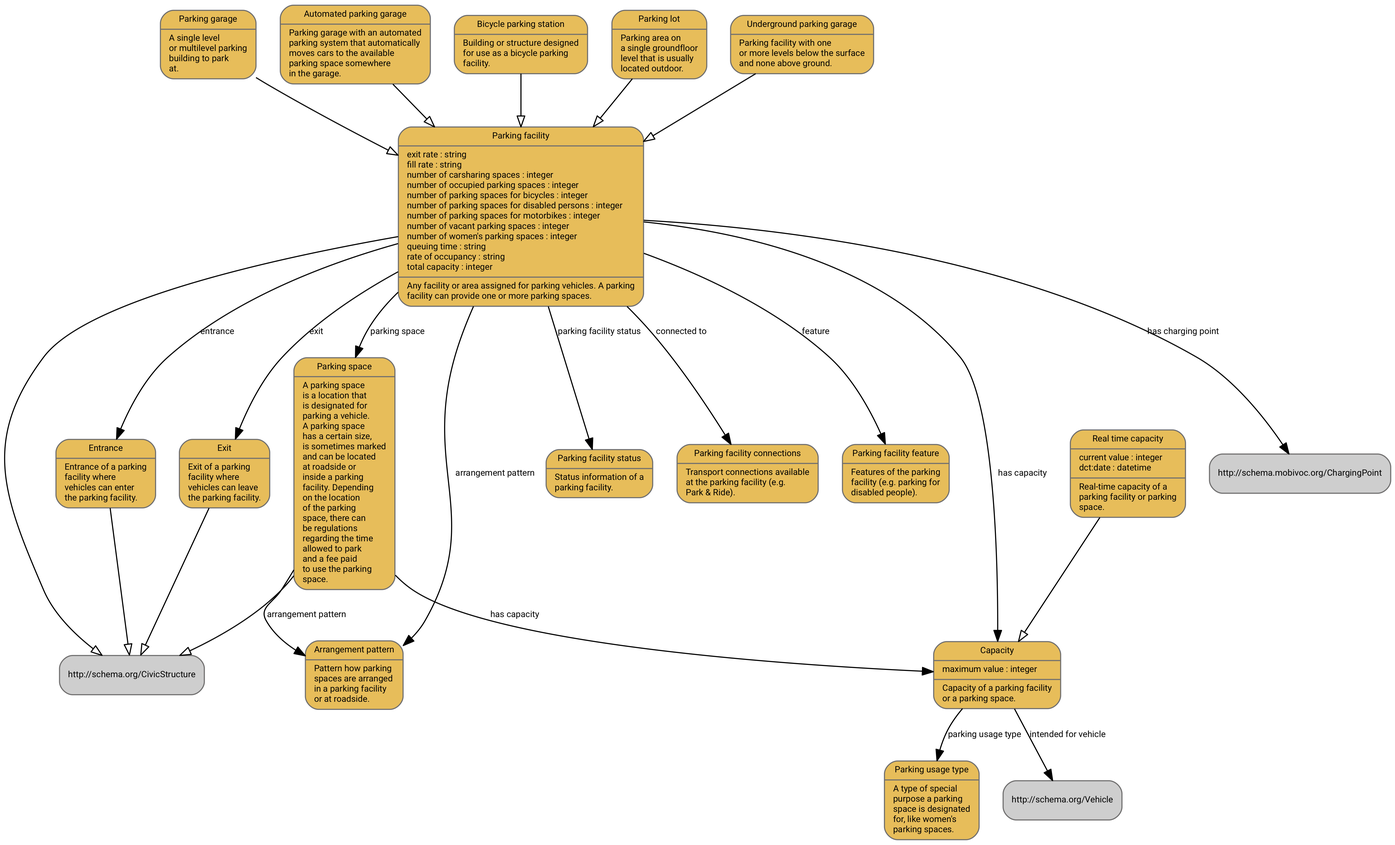
Earlier version of the Graphviz export diagrams/Parking.ttl.dot.png (vocol/mobivoc). Its source is kept beside it as diagrams/Parking.ttl.dot.
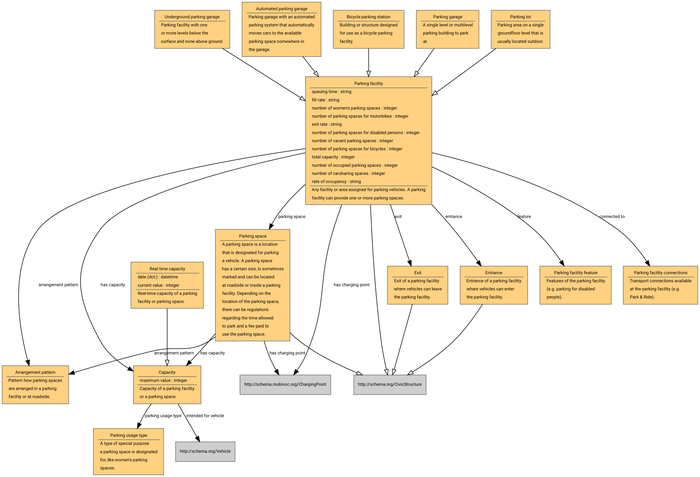
The same diagram one commit later.

The edit, as a diff of the source:
```diff
@@ -1,7 +1,9 @@
 digraph "http://schema.mobivoc.org/" {
+rankdir=TB
+
         fontname = "Roboto"
         fontsize = 8
-        dpi = 300
+        dpi = 150
         overlap=false
         forcelabels=true
         nodesep=0.3
@@ -11,7 +13,7 @@
         node [
                 fontname = "Roboto"
                 fontsize = 8
-                shape = "Mrecord"
+                shape = "rect"
                 style=filled
                 fontcolor=black
                 fillcolor="#CECECE"
@@ -22,43 +24,42 @@
                 fontname = "Roboto"
                 fontsize = 8
         ]
-"http://schema.mobivoc.org/ParkingFacilityExit" [label ="{Exit|Exit of a parking\lfacility where\lvehicles can leave\lthe parking facility.\l}" fillcolor="#E7BD5A"]
-"http://schema.mobivoc.org/ParkingSpace" [label ="{Parking space|A parking space\lis a location that\lis designated for\lparking a vehicle.\lA parking space\lhas a certain size,\lis sometimes marked\land can be located\lat roadside or\linside a parking\lfacility. Depending\lon the location\lof the parking\lspace, there can\lbe regulations\lregarding the time\lallowed to park\land a fee paid\lto use the parking\lspace.\l}" fillcolor="#E7BD5A"]
-"http://schema.mobivoc.org/ArrangementPattern" [label ="{Arrangement pattern|Pattern how parking\lspaces are arranged\lin a parking facility\lor at roadside.\l}" fillcolor="#E7BD5A"]
-"http://schema.mobivoc.org/ParkingGarage" [label ="{Parking garage|A single level\lor multilevel parking\lbuilding to park\lat.\l}" fillcolor="#E7BD5A"]
-"http://schema.mobivoc.org/AutomatedParkingGarage" [label ="{Automated parking garage|Parking garage with an automated\lparking system that automatically\lmoves cars to the available\lparking space somewhere\lin the garage.\l}" fillcolor="#E7BD5A"]
-"http://schema.mobivoc.org/ParkingFacility" [label ="{Parking facility|exit rate : string\lfill rate : string\lnumber of carsharing spaces : integer\lnumber of occupied parking spaces : integer\lnumber of parking spaces for bicycles : integer\lnumber of parking spaces for disabled persons : integer\lnumber of parking spaces for motorbikes : integer\lnumber of vacant parking spaces : integer\lnumber of women's parking spaces : integer\lqueuing time : string\lrate of occupancy : string\ltotal capacity : integer\l| Any facility or area assigned for parking vehicles. A parking\lfacility can provide one or more parking spaces.\l}" fillcolor="#E7BD5A"]
-"http://schema.mobivoc.org/ParkingFacilityEntrance" [label ="{Entrance|Entrance of a parking\lfacility where\lvehicles can enter\lthe parking facility.\l}" fillcolor="#E7BD5A"]
-"http://schema.mobivoc.org/BicycleParkingStation" [label ="{Bicycle parking station|Building or structure designed\lfor use as a bicycle parking\lfacility.\l}" fillcolor="#E7BD5A"]
-"http://schema.mobivoc.org/ParkingUsageType" [label ="{Parking usage type|A type of special\lpurpose a parking\lspace is designated\lfor, like women's\lparking spaces.\l}" fillcolor="#E7BD5A"]
-"http://schema.mobivoc.org/RealTimeCapacity" [label ="{Real time capacity|current value : integer\ldct:date : datetime\l| Real-time capacity of a\lparking facility or parking\lspace.\l}" fillcolor="#E7BD5A"]
-"http://schema.mobivoc.org/ParkingFacilityStatus" [label ="{Parking facility status|Status information of a\lparking facility.\l}" fillcolor="#E7BD5A"]
-"http://schema.mobivoc.org/ParkingLot" [label ="{Parking lot|Parking area on\la single groundfloor\llevel that is usually\llocated outdoor.\l}" fillcolor="#E7BD5A"]
-"http://schema.mobivoc.org/ParkingFacilityConnection" [label ="{Parking facility connections|Transport connections available\lat the parking facility (e.g.\lPark & Ride).\l}" fillcolor="#E7BD5A"]
-"http://schema.mobivoc.org/ParkingFacilityFeature" [label ="{Parking facility feature|Features of the parking\lfacility (e.g. parking for\ldisabled people).\l}" fillcolor="#E7BD5A"]
-"http://schema.mobivoc.org/UndergroundParkingGarage" [label ="{Underground parking garage|Parking facility with one\lor more levels below the surface\land none above ground.\l}" fillcolor="#E7BD5A"]
-"http://schema.mobivoc.org/Capacity" [label ="{Capacity|maximum value : integer\l| Capacity of a parking facility\lor a parking space.\l}" fillcolor="#E7BD5A"]
-"http://schema.mobivoc.org/Capacity" -> "http://schema.org/Vehicle" [label="intended for vehicle"]
-"http://schema.mobivoc.org/ParkingFacility" -> "http://schema.mobivoc.org/ParkingSpace" [label="parking space"]
-"http://schema.mobivoc.org/ParkingFacility" -> "http://schema.mobivoc.org/ParkingFacilityStatus" [label="parking facility status"]
-"http://schema.mobivoc.org/ParkingFacility" -> "http://schema.mobivoc.org/ArrangementPattern" [label="arrangement pattern"]
-"http://schema.mobivoc.org/ParkingSpace" -> "http://schema.mobivoc.org/ArrangementPattern" [label="arrangement pattern"]
-"http://schema.mobivoc.org/ParkingFacility" -> "http://schema.mobivoc.org/ParkingFacilityConnection" [label="connected to"]
-"http://schema.mobivoc.org/ParkingFacility" -> "http://schema.mobivoc.org/ParkingFacilityEntrance" [label="entrance"]
-"http://schema.mobivoc.org/Capacity" -> "http://schema.mobivoc.org/ParkingUsageType" [label="parking usage type"]
-"http://schema.mobivoc.org/ParkingFacility" -> "http://schema.mobivoc.org/ParkingFacilityExit" [label="exit"]
-"http://schema.mobivoc.org/ParkingFacility" -> "http://schema.mobivoc.org/ChargingPoint" [label="has charging point"]
-"http://schema.mobivoc.org/ParkingSpace" -> "http://schema.mobivoc.org/Capacity" [label="has capacity"]
-"http://schema.mobivoc.org/ParkingFacility" -> "http://schema.mobivoc.org/Capacity" [label="has capacity"]
-"http://schema.mobivoc.org/ParkingFacility" -> "http://schema.mobivoc.org/ParkingFacilityFeature" [label="feature"]
+"http://schema.mobivoc.org/ParkingFacility" [fillcolor="#FFD180" fontcolor= "#000000", label=<<TABLE border="0"><TR><TD ALIGN="CENTER" HREF="http://schema.mobivoc.org/ParkingFacility">Parking facility</TD></TR><HR/><TR><TD ALIGN="LEFT" HREF="http://schema.mobivoc.org/queuingTime">queuing time : string</TD></TR><TR><TD ALIGN="LEFT" HREF="http://schema.mobivoc.org/fillRate">fill rate : string</TD></TR><TR><TD ALIGN="LEFT" HREF="http://schema.mobivoc.org/numberOfWomensParkingSpaces">number of women's parking spaces : integer</TD></TR><TR><TD ALIGN="LEFT" HREF="http://schema.mobivoc.org/numberOfMotorbikeParkingSpaces">number of parking spaces for motorbikes : integer</TD></TR><TR><TD ALIGN="LEFT" HREF="http://schema.mobivoc.org/exitRate">exit rate : string</TD></TR><TR><TD ALIGN="LEFT" HREF="http://schema.mobivoc.org/numberOfParkingSpacesForDisabledPersons">number of parking spaces for disabled persons : integer</TD></TR><TR><TD ALIGN="LEFT" HREF="http://schema.mobivoc.org/numberOfVacantParkingSpaces">number of vacant parking spaces : integer</TD></TR><TR><TD ALIGN="LEFT" HREF="http://schema.mobivoc.org/numberOfBicycleParkingSpaces">number of parking spaces for bicycles : integer</TD></TR><TR><TD ALIGN="LEFT" HREF="http://schema.mobivoc.org/totalCapacity">total capacity : integer</TD></TR><TR><TD ALIGN="LEFT" HREF="http://schema.mobivoc.org/numberOfOccupiedParkingSpaces">number of occupied parking spaces : integer</TD></TR><TR><TD ALIGN="LEFT" HREF="http://schema.mobivoc.org/numberOfCarsharingParkingSpaces">number of carsharing spaces : integer</TD></TR><TR><TD ALIGN="LEFT" HREF="http://schema.mobivoc.org/rateOfOccupancy">rate of occupancy : string</TD></TR><HR/><TR><TD ALIGN="LEFT">Any facility or area assigned for parking vehicles. A parking</TD></TR><TR><TD ALIGN="LEFT">facility can provide one or more parking spaces.</TD></TR></TABLE>>]
+"http://schema.mobivoc.org/ArrangementPattern" [fillcolor="#FFD180" fontcolor= "#000000", label=<<TABLE border="0"><TR><TD ALIGN="CENTER" HREF="http://schema.mobivoc.org/ArrangementPattern">Arrangement pattern</TD></TR><HR/><TR><TD ALIGN="LEFT">Pattern how parking spaces</TD></TR><TR><TD ALIGN="LEFT">are arranged in a parking</TD></TR><TR><TD ALIGN="LEFT">facility or at roadside.</TD></TR></TABLE>>]
+"http://schema.mobivoc.org/UndergroundParkingGarage" [fillcolor="#FFD180" fontcolor= "#000000", label=<<TABLE border="0"><TR><TD ALIGN="CENTER" HREF="http://schema.mobivoc.org/UndergroundParkingGarage">Underground parking garage</TD></TR><HR/><TR><TD ALIGN="LEFT">Parking facility with one</TD></TR><TR><TD ALIGN="LEFT">or more levels below the</TD></TR><TR><TD ALIGN="LEFT">surface and none above ground.</TD></TR></TABLE>>]
+"http://schema.mobivoc.org/ParkingFacilityExit" [fillcolor="#FFD180" fontcolor= "#000000", label=<<TABLE border="0"><TR><TD ALIGN="CENTER" HREF="http://schema.mobivoc.org/ParkingFacilityExit">Exit</TD></TR><HR/><TR><TD ALIGN="LEFT">Exit of a parking facility</TD></TR><TR><TD ALIGN="LEFT">where vehicles can leave</TD></TR><TR><TD ALIGN="LEFT">the parking facility.</TD></TR></TABLE>>]
+"http://schema.mobivoc.org/ParkingSpace" [fillcolor="#FFD180" fontcolor= "#000000", label=<<TABLE border="0"><TR><TD ALIGN="CENTER" HREF="http://schema.mobivoc.org/ParkingSpace">Parking space</TD></TR><HR/><TR><TD ALIGN="LEFT">A parking space is a location</TD></TR><TR><TD ALIGN="LEFT">that is designated for parking</TD></TR><TR><TD ALIGN="LEFT">a vehicle. A parking space</TD></TR><TR><TD ALIGN="LEFT">has a certain size, is sometimes</TD></TR><TR><TD ALIGN="LEFT">marked and can be located</TD></TR><TR><TD ALIGN="LEFT">at roadside or inside a parking</TD></TR><TR><TD ALIGN="LEFT">facility. Depending on the</TD></TR><TR><TD ALIGN="LEFT">location of the parking space,</TD></TR><TR><TD ALIGN="LEFT">there can be regulations</TD></TR><TR><TD ALIGN="LEFT">regarding the time allowed</TD></TR><TR><TD ALIGN="LEFT">to park and a fee paid to</TD></TR><TR><TD ALIGN="LEFT">use the parking space.</TD></TR></TABLE>>]
+"http://schema.mobivoc.org/ParkingFacilityEntrance" [fillcolor="#FFD180" fontcolor= "#000000", label=<<TABLE border="0"><TR><TD ALIGN="CENTER" HREF="http://schema.mobivoc.org/ParkingFacilityEntrance">Entrance</TD></TR><HR/><TR><TD ALIGN="LEFT">Entrance of a parking facility</TD></TR><TR><TD ALIGN="LEFT">where vehicles can enter</TD></TR><TR><TD ALIGN="LEFT">the parking facility.</TD></TR></TABLE>>]
+"http://schema.mobivoc.org/AutomatedParkingGarage" [fillcolor="#FFD180" fontcolor= "#000000", label=<<TABLE border="0"><TR><TD ALIGN="CENTER" HREF="http://schema.mobivoc.org/AutomatedParkingGarage">Automated parking garage</TD></TR><HR/><TR><TD ALIGN="LEFT">Parking garage with an automated</TD></TR><TR><TD ALIGN="LEFT">parking system that automatically</TD></TR><TR><TD ALIGN="LEFT">moves cars to the available</TD></TR><TR><TD ALIGN="LEFT">parking space somewhere in</TD></TR><TR><TD ALIGN="LEFT">the garage.</TD></TR></TABLE>>]
+"http://schema.mobivoc.org/ParkingFacilityFeature" [fillcolor="#FFD180" fontcolor= "#000000", label=<<TABLE border="0"><TR><TD ALIGN="CENTER" HREF="http://schema.mobivoc.org/ParkingFacilityFeature">Parking facility feature</TD></TR><HR/><TR><TD ALIGN="LEFT">Features of the parking facility</TD></TR><TR><TD ALIGN="LEFT">(e.g. parking for disabled</TD></TR><TR><TD ALIGN="LEFT">people).</TD></TR></TABLE>>]
+"http://schema.mobivoc.org/ParkingUsageType" [fillcolor="#FFD180" fontcolor= "#000000", label=<<TABLE border="0"><TR><TD ALIGN="CENTER" HREF="http://schema.mobivoc.org/ParkingUsageType">Parking usage type</TD></TR><HR/><TR><TD ALIGN="LEFT">A type of special purpose</TD></TR><TR><TD ALIGN="LEFT">a parking space is designated</TD></TR><TR><TD ALIGN="LEFT">for, like women&#x27;s parking</TD></TR><TR><TD ALIGN="LEFT">spaces.</TD></TR></TABLE>>]
+"http://schema.mobivoc.org/RealTimeCapacity" [fillcolor="#FFD180" fontcolor= "#000000", label=<<TABLE border="0"><TR><TD ALIGN="CENTER" HREF="http://schema.mobivoc.org/RealTimeCapacity">Real time capacity</TD></TR><HR/><TR><TD ALIGN="LEFT" HREF="http://purl.org/dc/terms/date">date (dct:) : datetime</TD></TR><TR><TD ALIGN="LEFT" HREF="http://schema.mobivoc.org/currentValue">current value : integer</TD></TR><HR/><TR><TD ALIGN="LEFT">Real-time capacity of a parking</TD></TR><TR><TD ALIGN="LEFT">facility or parking space.</TD></TR></TABLE>>]
+"http://schema.mobivoc.org/BicycleParkingStation" [fillcolor="#FFD180" fontcolor= "#000000", label=<<TABLE border="0"><TR><TD ALIGN="CENTER" HREF="http://schema.mobivoc.org/BicycleParkingStation">Bicycle parking station</TD></TR><HR/><TR><TD ALIGN="LEFT">Building or structure designed</TD></TR><TR><TD ALIGN="LEFT">for use as a bicycle parking</TD></TR><TR><TD ALIGN="LEFT">facility.</TD></TR></TABLE>>]
+"http://schema.mobivoc.org/Capacity" [fillcolor="#FFD180" fontcolor= "#000000", label=<<TABLE border="0"><TR><TD ALIGN="CENTER" HREF="http://schema.mobivoc.org/Capacity">Capacity</TD></TR><HR/><TR><TD ALIGN="LEFT" HREF="http://schema.mobivoc.org/maximumValue">maximum value : integer</TD></TR><HR/><TR><TD ALIGN="LEFT">Capacity of a parking facility</TD></TR><TR><TD ALIGN="LEFT">or a parking space.</TD></TR></TABLE>>]
+"http://schema.mobivoc.org/ParkingFacilityConnection" [fillcolor="#FFD180" fontcolor= "#000000", label=<<TABLE border="0"><TR><TD ALIGN="CENTER" HREF="http://schema.mobivoc.org/ParkingFacilityConnection">Parking facility connections</TD></TR><HR/><TR><TD ALIGN="LEFT">Transport connections available</TD></TR><TR><TD ALIGN="LEFT">at the parking facility (e.g.</TD></TR><TR><TD ALIGN="LEFT">Park &amp; Ride).</TD></TR></TABLE>>]
+"http://schema.mobivoc.org/ParkingGarage" [fillcolor="#FFD180" fontcolor= "#000000", label=<<TABLE border="0"><TR><TD ALIGN="CENTER" HREF="http://schema.mobivoc.org/ParkingGarage">Parking garage</TD></TR><HR/><TR><TD ALIGN="LEFT">A single level or multilevel</TD></TR><TR><TD ALIGN="LEFT">parking building to park</TD></TR><TR><TD ALIGN="LEFT">at.</TD></TR></TABLE>>]
+"http://schema.mobivoc.org/ParkingLot" [fillcolor="#FFD180" fontcolor= "#000000", label=<<TABLE border="0"><TR><TD ALIGN="CENTER" HREF="http://schema.mobivoc.org/ParkingLot">Parking lot</TD></TR><HR/><TR><TD ALIGN="LEFT">Parking area on a single</TD></TR><TR><TD ALIGN="LEFT">groundfloor level that is</TD></TR><TR><TD ALIGN="LEFT">usually located outdoor.</TD></TR></TABLE>>]
+"http://schema.mobivoc.org/ParkingFacility" -> "http://schema.mobivoc.org/ParkingFacilityConnection" [href="http://schema.mobivoc.org/connectedTo", label="connected to"]
+"http://schema.mobivoc.org/ParkingSpace" -> "http://schema.mobivoc.org/ChargingPoint" [href="http://schema.mobivoc.org/chargingPoint", label="has charging point"]
+"http://schema.mobivoc.org/ParkingSpace" -> "http://schema.mobivoc.org/ArrangementPattern" [href="http://schema.mobivoc.org/arrangement", label="arrangement pattern"]
+"http://schema.mobivoc.org/ParkingFacility" -> "http://schema.mobivoc.org/ParkingFacilityEntrance" [href="http://schema.mobivoc.org/entrance", label="entrance"]
+"http://schema.mobivoc.org/ParkingFacility" -> "http://schema.mobivoc.org/ParkingFacilityExit" [href="http://schema.mobivoc.org/exit", label="exit"]
+"http://schema.mobivoc.org/Capacity" -> "http://schema.org/Vehicle" [href="http://schema.mobivoc.org/intendedForVehicle", label="intended for vehicle"]
+"http://schema.mobivoc.org/ParkingFacility" -> "http://schema.mobivoc.org/ParkingSpace" [href="http://schema.mobivoc.org/parkingSpace", label="parking space"]
+"http://schema.mobivoc.org/Capacity" -> "http://schema.mobivoc.org/ParkingUsageType" [href="http://schema.mobivoc.org/parkingUsageType", label="parking usage type"]
+"http://schema.mobivoc.org/ParkingFacility" -> "http://schema.mobivoc.org/Capacity" [href="http://schema.mobivoc.org/capacity", label="has capacity"]
+"http://schema.mobivoc.org/ParkingFacility" -> "http://schema.mobivoc.org/ArrangementPattern" [href="http://schema.mobivoc.org/arrangement", label="arrangement pattern"]
+"http://schema.mobivoc.org/ParkingFacility" -> "http://schema.mobivoc.org/ChargingPoint" [href="http://schema.mobivoc.org/chargingPoint", label="has charging point"]
+"http://schema.mobivoc.org/ParkingSpace" -> "http://schema.mobivoc.org/Capacity" [href="http://schema.mobivoc.org/capacity", label="has capacity"]
+"http://schema.mobivoc.org/ParkingFacility" -> "http://schema.mobivoc.org/ParkingFacilityFeature" [href="http://schema.mobivoc.org/feature", label="feature"]
+"http://schema.mobivoc.org/ParkingFacilityExit" -> "http://schema.org/CivicStructure" [arrowhead = "empty"]
+"http://schema.mobivoc.org/ParkingSpace" -> "http://schema.org/CivicStructure" [arrowhead = "empty"]
+"http://schema.mobivoc.org/ParkingGarage" -> "http://schema.mobivoc.org/ParkingFacility" [arrowhead = "empty"]
+"http://schema.mobivoc.org/RealTimeCapacity" -> "http://schema.mobivoc.org/Capacity" [arrowhead = "empty"]
+"http://schema.mobivoc.org/ParkingFacilityEntrance" -> "http://schema.org/CivicStructure" [arrowhead = "empty"]
+"http://schema.mobivoc.org/AutomatedParkingGarage" -> "http://schema.mobivoc.org/ParkingFacility" [arrowhead = "empty"]
+"http://schema.mobivoc.org/BicycleParkingStation" -> "http://schema.mobivoc.org/ParkingFacility" [arrowhead = "empty"]
+"http://schema.mobivoc.org/ParkingLot" -> "http://schema.mobivoc.org/ParkingFacility" [arrowhead = "empty"]
 "http://schema.mobivoc.org/UndergroundParkingGarage" -> "http://schema.mobivoc.org/ParkingFacility" [arrowhead = "empty"]
-"http://schema.mobivoc.org/BicycleParkingStation" -> "http://schema.mobivoc.org/ParkingFacility" [arrowhead = "empty"]
-"http://schema.mobivoc.org/RealTimeCapacity" -> "http://schema.mobivoc.org/Capacity" [arrowhead = "empty"]
-"http://schema.mobivoc.org/AutomatedParkingGarage" -> "http://schema.mobivoc.org/ParkingFacility" [arrowhead = "empty"]
 "http://schema.mobivoc.org/ParkingFacility" -> "http://schema.org/CivicStructure" [arrowhead = "empty"]
-"http://schema.mobivoc.org/ParkingSpace" -> "http://schema.org/CivicStructure" [arrowhead = "empty"]
-"http://schema.mobivoc.org/ParkingLot" -> "http://schema.mobivoc.org/ParkingFacility" [arrowhead = "empty"]
-"http://schema.mobivoc.org/ParkingFacilityExit" -> "http://schema.org/CivicStructure" [arrowhead = "empty"]
-"http://schema.mobivoc.org/ParkingFacilityEntrance" -> "http://schema.org/CivicStructure" [arrowhead = "empty"]
-"http://schema.mobivoc.org/ParkingGarage" -> "http://schema.mobivoc.org/ParkingFacility" [arrowhead = "empty"]
 }
```
